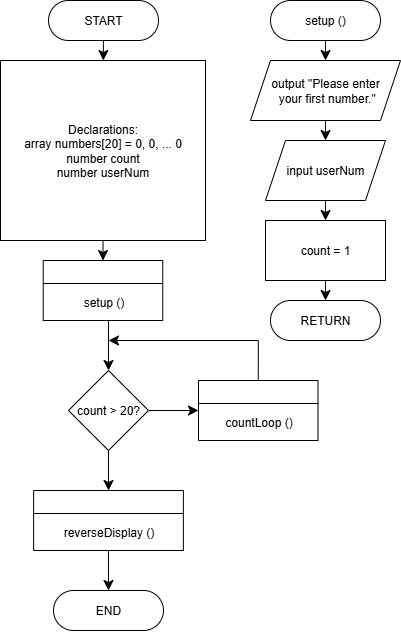
The draw.io diagram Module 7 - Arrays Exercise 1-1 - Connor Bowles.drawio.png in CBowles10/SDEV_120_FALL2025_CBOWLES, before a commit. Source tidied: cells renumbered, new cells last; positions are measured from the earlier drawing's top-left corner, leaving out a move shared by most shapes. The source it was exported from:
```xml
<mxGraphModel>
  <root>
    <mxCell id="0" />
    <mxCell id="1" parent="0" />
    <mxCell id="2" style="edgeStyle=none;curved=1;rounded=0;jettySize=auto;html=1;fontSize=12;startSize=8;endSize=8;" parent="1" edge="1" source="3" target="5">
      <mxGeometry relative="1" as="geometry" />
    </mxCell>
    <mxCell id="3" value="START" style="rounded=1;whiteSpace=wrap;html=1;arcSize=50;" parent="1" vertex="1">
      <mxGeometry x="48" width="110" height="40" as="geometry" />
    </mxCell>
    <mxCell id="4" style="edgeStyle=none;curved=1;rounded=0;jettySize=auto;html=1;exitX=0.5;exitY=1;exitDx=0;exitDy=0;fontSize=12;startSize=8;endSize=8;" parent="1" edge="1" source="5" target="13">
      <mxGeometry relative="1" as="geometry" />
    </mxCell>
    <mxCell id="5" value="Declarations:&lt;div&gt;array numbers[20] = 0, 0, ... 0&lt;br&gt;number count&lt;br&gt;number userNum&lt;/div&gt;" style="rounded=0;whiteSpace=wrap;html=1;" parent="1" vertex="1">
      <mxGeometry y="60" width="205" height="180" as="geometry" />
    </mxCell>
    <mxCell id="6" style="edgeStyle=none;curved=1;rounded=0;jettySize=auto;html=1;fontSize=12;startSize=8;endSize=8;entryX=0;entryY=0.5;entryDx=0;entryDy=0;" parent="1" edge="1" source="8" target="10">
      <mxGeometry relative="1" as="geometry" />
    </mxCell>
    <mxCell id="7" style="edgeStyle=none;curved=1;rounded=0;jettySize=auto;html=1;exitX=0.5;exitY=1;exitDx=0;exitDy=0;entryX=0.5;entryY=0;entryDx=0;entryDy=0;fontSize=12;startSize=8;endSize=8;" parent="1" edge="1" source="8" target="17">
      <mxGeometry relative="1" as="geometry" />
    </mxCell>
    <mxCell id="8" value="count &amp;gt; 20?" style="rhombus;whiteSpace=wrap;html=1;" parent="1" vertex="1">
      <mxGeometry x="68" y="370" width="80" height="80" as="geometry" />
    </mxCell>
    <mxCell id="9" style="edgeStyle=orthogonalEdgeStyle;rounded=0;jettySize=auto;html=1;exitX=0.5;exitY=0;exitDx=0;exitDy=0;fontSize=12;startSize=8;endSize=8;" parent="1" edge="1" source="10">
      <mxGeometry relative="1" as="geometry">
        <mxPoint x="108" y="340" as="targetPoint" />
        <Array as="points">
          <mxPoint x="258" y="340" />
        </Array>
      </mxGeometry>
    </mxCell>
    <mxCell id="10" style="swimlane;whiteSpace=wrap;html=1;" parent="1" vertex="1">
      <mxGeometry x="198" y="380" width="119.5" height="60" as="geometry" />
    </mxCell>
    <mxCell id="11" value="&lt;font style=&quot;font-size: 12px;&quot;&gt;countLoop ()&lt;/font&gt;" style="text;html=1;align=center;verticalAlign=middle;strokeColor=none;fillColor=none;fontSize=16;" parent="10" vertex="1">
      <mxGeometry x="14.8" y="25" width="90" height="30" as="geometry" />
    </mxCell>
    <mxCell id="12" style="edgeStyle=none;curved=1;rounded=0;jettySize=auto;html=1;entryX=0.5;entryY=0;entryDx=0;entryDy=0;fontSize=12;startSize=8;endSize=8;" parent="1" edge="1" target="8">
      <mxGeometry relative="1" as="geometry">
        <mxPoint x="108" y="320" as="sourcePoint" />
      </mxGeometry>
    </mxCell>
    <mxCell id="13" style="swimlane;whiteSpace=wrap;html=1;" parent="1" vertex="1">
      <mxGeometry x="42.8" y="260" width="119.5" height="60" as="geometry" />
    </mxCell>
    <mxCell id="14" value="&lt;font style=&quot;font-size: 12px;&quot;&gt;setup ()&lt;/font&gt;" style="text;html=1;align=center;verticalAlign=middle;strokeColor=none;fillColor=none;fontSize=16;" parent="13" vertex="1">
      <mxGeometry x="29.8" y="25" width="60" height="30" as="geometry" />
    </mxCell>
    <mxCell id="15" value="END" style="rounded=1;whiteSpace=wrap;html=1;arcSize=50;" parent="1" vertex="1">
      <mxGeometry x="53" y="590" width="110" height="40" as="geometry" />
    </mxCell>
    <mxCell id="16" style="edgeStyle=none;curved=1;rounded=0;jettySize=auto;html=1;exitX=0.5;exitY=1;exitDx=0;exitDy=0;entryX=0.5;entryY=0;entryDx=0;entryDy=0;fontSize=12;startSize=8;endSize=8;" parent="1" edge="1" source="17" target="15">
      <mxGeometry relative="1" as="geometry" />
    </mxCell>
    <mxCell id="17" style="swimlane;whiteSpace=wrap;html=1;" parent="1" vertex="1">
      <mxGeometry x="33.1" y="490" width="149.8" height="60" as="geometry" />
    </mxCell>
    <mxCell id="18" value="&lt;font style=&quot;font-size: 12px;&quot;&gt;reverseDisplay ()&lt;/font&gt;" style="text;html=1;align=center;verticalAlign=middle;strokeColor=none;fillColor=none;fontSize=16;" parent="17" vertex="1">
      <mxGeometry x="19.9" y="25" width="110" height="30" as="geometry" />
    </mxCell>
    <mxCell id="19" style="edgeStyle=none;curved=1;rounded=0;jettySize=auto;html=1;exitX=0.5;exitY=1;exitDx=0;exitDy=0;entryX=0.5;entryY=0;entryDx=0;entryDy=0;fontSize=12;startSize=8;endSize=8;" parent="1" edge="1" source="20" target="22">
      <mxGeometry relative="1" as="geometry" />
    </mxCell>
    <mxCell id="20" value="setup ()" style="rounded=1;whiteSpace=wrap;html=1;arcSize=50;" parent="1" vertex="1">
      <mxGeometry x="270" width="110" height="40" as="geometry" />
    </mxCell>
    <mxCell id="21" style="edgeStyle=none;curved=1;rounded=0;jettySize=auto;html=1;exitX=0.5;exitY=1;exitDx=0;exitDy=0;entryX=0.5;entryY=0;entryDx=0;entryDy=0;fontSize=12;startSize=8;endSize=8;" parent="1" edge="1" source="22" target="24">
      <mxGeometry relative="1" as="geometry" />
    </mxCell>
    <mxCell id="22" value="output &quot;Please enter&lt;br&gt;&amp;nbsp;your first number.&quot;" style="shape=parallelogram;perimeter=parallelogramPerimeter;whiteSpace=wrap;html=1;fixedSize=1;" parent="1" vertex="1">
      <mxGeometry x="250" y="60" width="150" height="60" as="geometry" />
    </mxCell>
    <mxCell id="23" style="edgeStyle=none;curved=1;rounded=0;jettySize=auto;html=1;exitX=0.5;exitY=1;exitDx=0;exitDy=0;fontSize=12;startSize=8;endSize=8;" parent="1" edge="1" source="24" target="27">
      <mxGeometry relative="1" as="geometry" />
    </mxCell>
    <mxCell id="24" value="input userNum" style="shape=parallelogram;perimeter=parallelogramPerimeter;whiteSpace=wrap;html=1;fixedSize=1;" parent="1" vertex="1">
      <mxGeometry x="265" y="140" width="120" height="60" as="geometry" />
    </mxCell>
    <mxCell id="25" value="RETURN" style="rounded=1;whiteSpace=wrap;html=1;arcSize=50;" parent="1" vertex="1">
      <mxGeometry x="270" y="300" width="110" height="40" as="geometry" />
    </mxCell>
    <mxCell id="26" style="edgeStyle=none;curved=1;rounded=0;jettySize=auto;html=1;exitX=0.5;exitY=1;exitDx=0;exitDy=0;entryX=0.5;entryY=0;entryDx=0;entryDy=0;fontSize=12;startSize=8;endSize=8;" parent="1" edge="1" source="27" target="25">
      <mxGeometry relative="1" as="geometry" />
    </mxCell>
    <mxCell id="27" value="count = 1" style="rounded=0;whiteSpace=wrap;html=1;" parent="1" vertex="1">
      <mxGeometry x="265" y="220" width="120" height="60" as="geometry" />
    </mxCell>
  </root>
</mxGraphModel>
```
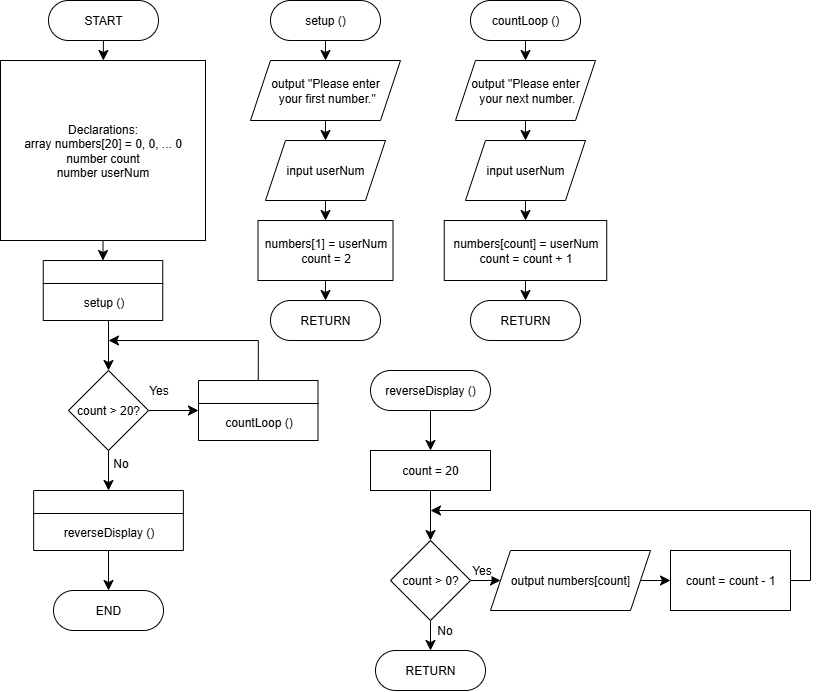
The same file after the commit.

What changed in the source:
```diff
@@ -17,9 +17,19 @@
     <mxCell id="6" style="edgeStyle=none;curved=1;rounded=0;jettySize=auto;html=1;fontSize=12;startSize=8;endSize=8;entryX=0;entryY=0.5;entryDx=0;entryDy=0;" parent="1" edge="1" source="8" target="10">
       <mxGeometry relative="1" as="geometry" />
     </mxCell>
+    <mxCell id="28" value="Yes" style="edgeLabel;html=1;align=center;verticalAlign=middle;fontSize=12;" parent="6" vertex="1">
+      <mxGeometry x="-0.19" y="-4" relative="1" as="geometry">
+        <mxPoint x="-10" y="-24" as="offset" />
+      </mxGeometry>
+    </mxCell>
     <mxCell id="7" style="edgeStyle=none;curved=1;rounded=0;jettySize=auto;html=1;exitX=0.5;exitY=1;exitDx=0;exitDy=0;entryX=0.5;entryY=0;entryDx=0;entryDy=0;fontSize=12;startSize=8;endSize=8;" parent="1" edge="1" source="8" target="17">
       <mxGeometry relative="1" as="geometry" />
     </mxCell>
+    <mxCell id="29" value="No" style="edgeLabel;html=1;align=center;verticalAlign=middle;fontSize=12;" parent="7" vertex="1">
+      <mxGeometry x="-0.39" y="4" relative="1" as="geometry">
+        <mxPoint x="8" as="offset" />
+      </mxGeometry>
+    </mxCell>
     <mxCell id="8" value="count &amp;gt; 20?" style="rhombus;whiteSpace=wrap;html=1;" parent="1" vertex="1">
       <mxGeometry x="68" y="370" width="80" height="80" as="geometry" />
     </mxCell>
@@ -84,8 +94,89 @@
     <mxCell id="26" style="edgeStyle=none;curved=1;rounded=0;jettySize=auto;html=1;exitX=0.5;exitY=1;exitDx=0;exitDy=0;entryX=0.5;entryY=0;entryDx=0;entryDy=0;fontSize=12;startSize=8;endSize=8;" parent="1" edge="1" source="27" target="25">
       <mxGeometry relative="1" as="geometry" />
     </mxCell>
-    <mxCell id="27" value="count = 1" style="rounded=0;whiteSpace=wrap;html=1;" parent="1" vertex="1">
-      <mxGeometry x="265" y="220" width="120" height="60" as="geometry" />
+    <mxCell id="27" value="numbers[1] = userNum&lt;br&gt;count = 2" style="rounded=0;whiteSpace=wrap;html=1;" parent="1" vertex="1">
+      <mxGeometry x="257.5" y="220" width="135" height="60" as="geometry" />
     </mxCell>
+    <mxCell id="30" style="edgeStyle=none;curved=1;rounded=0;jettySize=auto;html=1;exitX=0.5;exitY=1;exitDx=0;exitDy=0;entryX=0.5;entryY=0;entryDx=0;entryDy=0;fontSize=12;startSize=8;endSize=8;" parent="1" edge="1" source="31" target="33">
+      <mxGeometry relative="1" as="geometry" />
+    </mxCell>
+    <mxCell id="31" value="countLoop ()" style="rounded=1;whiteSpace=wrap;html=1;arcSize=50;" parent="1" vertex="1">
+      <mxGeometry x="470" width="110" height="40" as="geometry" />
+    </mxCell>
+    <mxCell id="32" style="edgeStyle=none;curved=1;rounded=0;jettySize=auto;html=1;exitX=0.5;exitY=1;exitDx=0;exitDy=0;fontSize=12;startSize=8;endSize=8;" parent="1" edge="1" source="33" target="35">
+      <mxGeometry relative="1" as="geometry" />
+    </mxCell>
+    <mxCell id="33" value="output &quot;Please enter&lt;div&gt;&amp;nbsp;your next number.&lt;/div&gt;" style="shape=parallelogram;perimeter=parallelogramPerimeter;whiteSpace=wrap;html=1;fixedSize=1;" parent="1" vertex="1">
+      <mxGeometry x="455" y="60" width="140" height="60" as="geometry" />
+    </mxCell>
+    <mxCell id="34" style="edgeStyle=none;curved=1;rounded=0;jettySize=auto;html=1;exitX=0.5;exitY=1;exitDx=0;exitDy=0;entryX=0.5;entryY=0;entryDx=0;entryDy=0;fontSize=12;startSize=8;endSize=8;" parent="1" edge="1" source="35" target="37">
+      <mxGeometry relative="1" as="geometry" />
+    </mxCell>
+    <mxCell id="35" value="input userNum" style="shape=parallelogram;perimeter=parallelogramPerimeter;whiteSpace=wrap;html=1;fixedSize=1;" parent="1" vertex="1">
+      <mxGeometry x="465" y="140" width="120" height="60" as="geometry" />
+    </mxCell>
+    <mxCell id="36" style="edgeStyle=none;curved=1;rounded=0;jettySize=auto;html=1;exitX=0.5;exitY=1;exitDx=0;exitDy=0;entryX=0.5;entryY=0;entryDx=0;entryDy=0;fontSize=12;startSize=8;endSize=8;" parent="1" edge="1" source="37" target="39">
+      <mxGeometry relative="1" as="geometry" />
+    </mxCell>
+    <mxCell id="37" value="numbers[count] = userNum&lt;br&gt;count = count + 1" style="rounded=0;whiteSpace=wrap;html=1;" parent="1" vertex="1">
+      <mxGeometry x="443.8" y="220" width="162.5" height="60" as="geometry" />
+    </mxCell>
+    <mxCell id="38" style="edgeStyle=none;curved=1;rounded=0;orthogonalLoop=1;jettySize=auto;html=1;entryX=0.5;entryY=0;entryDx=0;entryDy=0;fontSize=12;startSize=8;endSize=8;" parent="1" edge="1" source="37" target="37">
+      <mxGeometry relative="1" as="geometry" />
+    </mxCell>
+    <mxCell id="39" value="RETURN" style="rounded=1;whiteSpace=wrap;html=1;arcSize=50;" parent="1" vertex="1">
+      <mxGeometry x="470" y="300" width="110" height="40" as="geometry" />
+    </mxCell>
+    <mxCell id="40" style="edgeStyle=none;curved=1;rounded=0;jettySize=auto;html=1;exitX=0.5;exitY=1;exitDx=0;exitDy=0;entryX=0.5;entryY=0;entryDx=0;entryDy=0;fontSize=12;startSize=8;endSize=8;" parent="1" edge="1" source="41" target="43">
+      <mxGeometry relative="1" as="geometry" />
+    </mxCell>
+    <mxCell id="41" value="reverseDisplay ()" style="rounded=1;whiteSpace=wrap;html=1;arcSize=50;" parent="1" vertex="1">
+      <mxGeometry x="370" y="370" width="120" height="40" as="geometry" />
+    </mxCell>
+    <mxCell id="42" style="edgeStyle=none;curved=1;rounded=0;jettySize=auto;html=1;exitX=0.5;exitY=1;exitDx=0;exitDy=0;entryX=0.5;entryY=0;entryDx=0;entryDy=0;fontSize=12;startSize=8;endSize=8;" parent="1" edge="1" source="43" target="48">
+      <mxGeometry relative="1" as="geometry" />
+    </mxCell>
+    <mxCell id="43" value="count = 20" style="rounded=0;whiteSpace=wrap;html=1;" parent="1" vertex="1">
+      <mxGeometry x="370" y="450" width="120" height="40" as="geometry" />
+    </mxCell>
+    <mxCell id="44" style="edgeStyle=none;curved=1;rounded=0;jettySize=auto;html=1;exitX=1;exitY=0.5;exitDx=0;exitDy=0;fontSize=12;startSize=8;endSize=8;" parent="1" edge="1" source="48" target="50">
+      <mxGeometry relative="1" as="geometry" />
+    </mxCell>
+    <mxCell id="45" value="Yes" style="edgeLabel;html=1;align=center;verticalAlign=middle;fontSize=12;" parent="44" vertex="1">
+      <mxGeometry x="-0.06" y="-1" relative="1" as="geometry">
+        <mxPoint x="-4" y="-11" as="offset" />
+      </mxGeometry>
+    </mxCell>
+    <mxCell id="46" style="edgeStyle=none;curved=1;rounded=0;jettySize=auto;html=1;exitX=0.5;exitY=1;exitDx=0;exitDy=0;entryX=0.5;entryY=0;entryDx=0;entryDy=0;fontSize=12;startSize=8;endSize=8;" parent="1" edge="1" source="48" target="53">
+      <mxGeometry relative="1" as="geometry" />
+    </mxCell>
+    <mxCell id="47" value="No" style="edgeLabel;html=1;align=center;verticalAlign=middle;fontSize=12;" parent="46" vertex="1">
+      <mxGeometry x="-0.24" relative="1" as="geometry">
+        <mxPoint x="14" y="-2" as="offset" />
+      </mxGeometry>
+    </mxCell>
+    <mxCell id="48" value="count &amp;gt; 0?" style="rhombus;whiteSpace=wrap;html=1;" parent="1" vertex="1">
+      <mxGeometry x="390" y="540" width="80" height="80" as="geometry" />
+    </mxCell>
+    <mxCell id="49" style="edgeStyle=none;curved=1;rounded=0;jettySize=auto;html=1;exitX=1;exitY=0.5;exitDx=0;exitDy=0;fontSize=12;startSize=8;endSize=8;" parent="1" edge="1" source="50" target="52">
+      <mxGeometry relative="1" as="geometry" />
+    </mxCell>
+    <mxCell id="50" value="output numbers[count]" style="shape=parallelogram;perimeter=parallelogramPerimeter;whiteSpace=wrap;html=1;fixedSize=1;" parent="1" vertex="1">
+      <mxGeometry x="490" y="550" width="160" height="60" as="geometry" />
+    </mxCell>
+    <mxCell id="51" style="edgeStyle=elbowEdgeStyle;rounded=0;jettySize=auto;html=1;exitX=1;exitY=0.5;exitDx=0;exitDy=0;fontSize=12;startSize=8;endSize=8;" parent="1" edge="1" source="52">
+      <mxGeometry relative="1" as="geometry">
+        <mxPoint x="430" y="510" as="targetPoint" />
+        <Array as="points">
+          <mxPoint x="810" y="520" />
+        </Array>
+      </mxGeometry>
+    </mxCell>
+    <mxCell id="52" value="count = count - 1" style="rounded=0;whiteSpace=wrap;html=1;" parent="1" vertex="1">
+      <mxGeometry x="670" y="550" width="120" height="60" as="geometry" />
+    </mxCell>
+    <mxCell id="53" value="RETURN" style="rounded=1;whiteSpace=wrap;html=1;arcSize=50;" parent="1" vertex="1">
+      <mxGeometry x="375" y="650" width="110" height="40" as="geometry" />
+    </mxCell>
   </root>
 </mxGraphModel>
```
